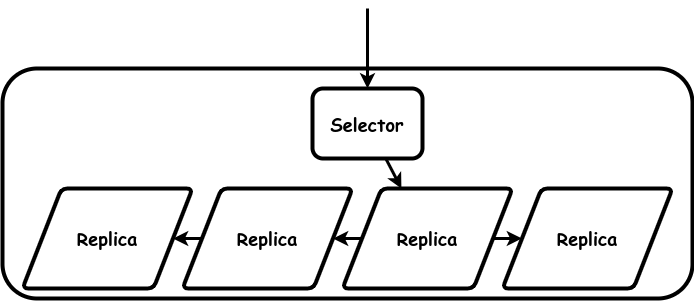
Earlier version of the draw.io export images/replication.drawio.png (garfix/architectural-patterns). Source tidied: cells renumbered, new cells last; positions are measured from the earlier drawing's top-left corner, leaving out a move shared by most shapes. Its diagram source:
```xml
<mxGraphModel>
  <root>
    <mxCell id="0" />
    <mxCell id="1" parent="0" />
    <mxCell id="2" value="&lt;b style=&quot;font-size: 18px;&quot;&gt;&lt;br&gt;&lt;/b&gt;" style="rounded=1;whiteSpace=wrap;html=1;strokeWidth=4;fontFamily=Comic Sans MS;fontSize=18;" parent="1" vertex="1">
      <mxGeometry y="60" width="690" height="230" as="geometry" />
    </mxCell>
    <mxCell id="3" style="endArrow=none;startArrow=classic;html=1;rounded=0;strokeWidth=3;endFill=0;" parent="1" edge="1" source="8">
      <mxGeometry relative="1" as="geometry">
        <mxPoint x="365" as="targetPoint" />
      </mxGeometry>
    </mxCell>
    <mxCell id="4" value="&lt;font face=&quot;Comic Sans MS&quot; style=&quot;font-size: 18px;&quot;&gt;Replica&lt;br&gt;&lt;/font&gt;" style="shape=parallelogram;html=1;strokeWidth=4;perimeter=parallelogramPerimeter;whiteSpace=wrap;rounded=1;arcSize=12;size=0.23;fontStyle=1;fontSize=18;" parent="1" vertex="1">
      <mxGeometry x="20" y="180" width="170" height="100" as="geometry" />
    </mxCell>
    <mxCell id="5" value="&lt;font face=&quot;Comic Sans MS&quot; style=&quot;font-size: 18px;&quot;&gt;Replica&lt;br&gt;&lt;/font&gt;" style="shape=parallelogram;html=1;strokeWidth=4;perimeter=parallelogramPerimeter;whiteSpace=wrap;rounded=1;arcSize=12;size=0.23;fontStyle=1;fontSize=18;" parent="1" vertex="1">
      <mxGeometry x="180" y="180" width="170" height="100" as="geometry" />
    </mxCell>
    <mxCell id="6" value="&lt;font face=&quot;Comic Sans MS&quot; style=&quot;font-size: 18px;&quot;&gt;Replica&lt;br&gt;&lt;/font&gt;" style="shape=parallelogram;html=1;strokeWidth=4;perimeter=parallelogramPerimeter;whiteSpace=wrap;rounded=1;arcSize=12;size=0.23;fontStyle=1;fontSize=18;" parent="1" vertex="1">
      <mxGeometry x="340" y="180" width="170" height="100" as="geometry" />
    </mxCell>
    <mxCell id="7" value="&lt;font face=&quot;Comic Sans MS&quot; style=&quot;font-size: 18px;&quot;&gt;Replica&lt;br&gt;&lt;/font&gt;" style="shape=parallelogram;html=1;strokeWidth=4;perimeter=parallelogramPerimeter;whiteSpace=wrap;rounded=1;arcSize=12;size=0.23;fontStyle=1;fontSize=18;" parent="1" vertex="1">
      <mxGeometry x="500" y="180" width="170" height="100" as="geometry" />
    </mxCell>
    <mxCell id="8" value="&lt;b style=&quot;font-size: 18px;&quot;&gt;Selector&lt;br&gt;&lt;/b&gt;" style="rounded=1;whiteSpace=wrap;html=1;strokeWidth=4;fontFamily=Comic Sans MS;fontSize=18;" parent="1" vertex="1">
      <mxGeometry x="310" y="80" width="110" height="70" as="geometry" />
    </mxCell>
    <mxCell id="9" style="endArrow=none;startArrow=classic;html=1;rounded=0;strokeWidth=3;endFill=0;" parent="1" edge="1" source="6" target="8">
      <mxGeometry relative="1" as="geometry" />
    </mxCell>
    <mxCell id="10" style="endArrow=none;startArrow=classic;html=1;rounded=0;strokeWidth=3;endFill=0;" parent="1" edge="1" source="7" target="6">
      <mxGeometry relative="1" as="geometry" />
    </mxCell>
    <mxCell id="11" style="endArrow=none;startArrow=classic;html=1;rounded=0;strokeWidth=3;endFill=0;" parent="1" edge="1" source="5" target="6">
      <mxGeometry relative="1" as="geometry" />
    </mxCell>
    <mxCell id="12" style="endArrow=none;startArrow=classic;html=1;rounded=0;strokeWidth=3;endFill=0;" parent="1" edge="1" source="4" target="5">
      <mxGeometry relative="1" as="geometry" />
    </mxCell>
  </root>
</mxGraphModel>
```
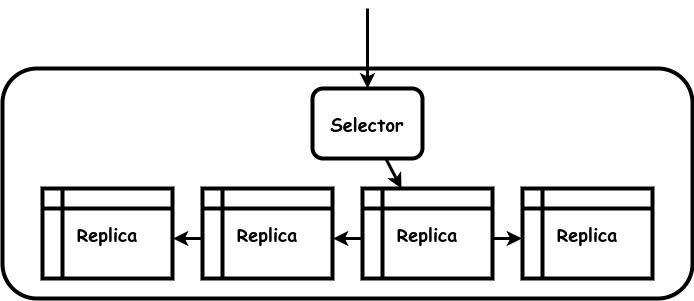
The same diagram one commit later.

Diff of the diagram source:
```diff
@@ -10,32 +10,43 @@
         <mxPoint x="365" as="targetPoint" />
       </mxGeometry>
     </mxCell>
-    <mxCell id="4" value="&lt;font face=&quot;Comic Sans MS&quot; style=&quot;font-size: 18px;&quot;&gt;Replica&lt;br&gt;&lt;/font&gt;" style="shape=parallelogram;html=1;strokeWidth=4;perimeter=parallelogramPerimeter;whiteSpace=wrap;rounded=1;arcSize=12;size=0.23;fontStyle=1;fontSize=18;" parent="1" vertex="1">
-      <mxGeometry x="20" y="180" width="170" height="100" as="geometry" />
-    </mxCell>
-    <mxCell id="5" value="&lt;font face=&quot;Comic Sans MS&quot; style=&quot;font-size: 18px;&quot;&gt;Replica&lt;br&gt;&lt;/font&gt;" style="shape=parallelogram;html=1;strokeWidth=4;perimeter=parallelogramPerimeter;whiteSpace=wrap;rounded=1;arcSize=12;size=0.23;fontStyle=1;fontSize=18;" parent="1" vertex="1">
-      <mxGeometry x="180" y="180" width="170" height="100" as="geometry" />
-    </mxCell>
-    <mxCell id="6" value="&lt;font face=&quot;Comic Sans MS&quot; style=&quot;font-size: 18px;&quot;&gt;Replica&lt;br&gt;&lt;/font&gt;" style="shape=parallelogram;html=1;strokeWidth=4;perimeter=parallelogramPerimeter;whiteSpace=wrap;rounded=1;arcSize=12;size=0.23;fontStyle=1;fontSize=18;" parent="1" vertex="1">
-      <mxGeometry x="340" y="180" width="170" height="100" as="geometry" />
-    </mxCell>
-    <mxCell id="7" value="&lt;font face=&quot;Comic Sans MS&quot; style=&quot;font-size: 18px;&quot;&gt;Replica&lt;br&gt;&lt;/font&gt;" style="shape=parallelogram;html=1;strokeWidth=4;perimeter=parallelogramPerimeter;whiteSpace=wrap;rounded=1;arcSize=12;size=0.23;fontStyle=1;fontSize=18;" parent="1" vertex="1">
-      <mxGeometry x="500" y="180" width="170" height="100" as="geometry" />
-    </mxCell>
     <mxCell id="8" value="&lt;b style=&quot;font-size: 18px;&quot;&gt;Selector&lt;br&gt;&lt;/b&gt;" style="rounded=1;whiteSpace=wrap;html=1;strokeWidth=4;fontFamily=Comic Sans MS;fontSize=18;" parent="1" vertex="1">
       <mxGeometry x="310" y="80" width="110" height="70" as="geometry" />
     </mxCell>
-    <mxCell id="9" style="endArrow=none;startArrow=classic;html=1;rounded=0;strokeWidth=3;endFill=0;" parent="1" edge="1" source="6" target="8">
-      <mxGeometry relative="1" as="geometry" />
+    <mxCell id="9" style="endArrow=none;startArrow=classic;html=1;rounded=0;strokeWidth=3;endFill=0;" parent="1" edge="1" target="8">
+      <mxGeometry relative="1" as="geometry">
+        <mxPoint x="398.9" y="180" as="sourcePoint" />
+      </mxGeometry>
     </mxCell>
-    <mxCell id="10" style="endArrow=none;startArrow=classic;html=1;rounded=0;strokeWidth=3;endFill=0;" parent="1" edge="1" source="7" target="6">
-      <mxGeometry relative="1" as="geometry" />
+    <mxCell id="10" style="endArrow=none;startArrow=classic;html=1;rounded=0;strokeWidth=3;endFill=0;" parent="1" edge="1">
+      <mxGeometry relative="1" as="geometry">
+        <mxPoint x="519.6" y="230" as="sourcePoint" />
+        <mxPoint x="490.4" y="230" as="targetPoint" />
+      </mxGeometry>
     </mxCell>
-    <mxCell id="11" style="endArrow=none;startArrow=classic;html=1;rounded=0;strokeWidth=3;endFill=0;" parent="1" edge="1" source="5" target="6">
-      <mxGeometry relative="1" as="geometry" />
+    <mxCell id="11" style="endArrow=none;startArrow=classic;html=1;rounded=0;strokeWidth=3;endFill=0;" parent="1" edge="1">
+      <mxGeometry relative="1" as="geometry">
+        <mxPoint x="330.4" y="230" as="sourcePoint" />
+        <mxPoint x="359.6" y="230" as="targetPoint" />
+      </mxGeometry>
     </mxCell>
-    <mxCell id="12" style="endArrow=none;startArrow=classic;html=1;rounded=0;strokeWidth=3;endFill=0;" parent="1" edge="1" source="4" target="5">
-      <mxGeometry relative="1" as="geometry" />
+    <mxCell id="12" style="endArrow=none;startArrow=classic;html=1;rounded=0;strokeWidth=3;endFill=0;" parent="1" edge="1">
+      <mxGeometry relative="1" as="geometry">
+        <mxPoint x="170.4" y="230" as="sourcePoint" />
+        <mxPoint x="199.6" y="230" as="targetPoint" />
+      </mxGeometry>
     </mxCell>
+    <mxCell id="13" value="Replica" style="shape=internalStorage;whiteSpace=wrap;html=1;backgroundOutline=1;strokeWidth=4;fontSize=18;fontFamily=Comic Sans MS;fontStyle=1;" parent="1" vertex="1">
+      <mxGeometry x="360" y="180" width="130" height="90" as="geometry" />
+    </mxCell>
+    <mxCell id="14" value="Replica" style="shape=internalStorage;whiteSpace=wrap;html=1;backgroundOutline=1;strokeWidth=4;fontSize=18;fontFamily=Comic Sans MS;fontStyle=1;" parent="1" vertex="1">
+      <mxGeometry x="520" y="180" width="130" height="90" as="geometry" />
+    </mxCell>
+    <mxCell id="15" value="Replica" style="shape=internalStorage;whiteSpace=wrap;html=1;backgroundOutline=1;strokeWidth=4;fontSize=18;fontFamily=Comic Sans MS;fontStyle=1;" parent="1" vertex="1">
+      <mxGeometry x="200" y="180" width="130" height="90" as="geometry" />
+    </mxCell>
+    <mxCell id="16" value="Replica" style="shape=internalStorage;whiteSpace=wrap;html=1;backgroundOutline=1;strokeWidth=4;fontSize=18;fontFamily=Comic Sans MS;fontStyle=1;" parent="1" vertex="1">
+      <mxGeometry x="40" y="180" width="130" height="90" as="geometry" />
+    </mxCell>
   </root>
 </mxGraphModel>
```
